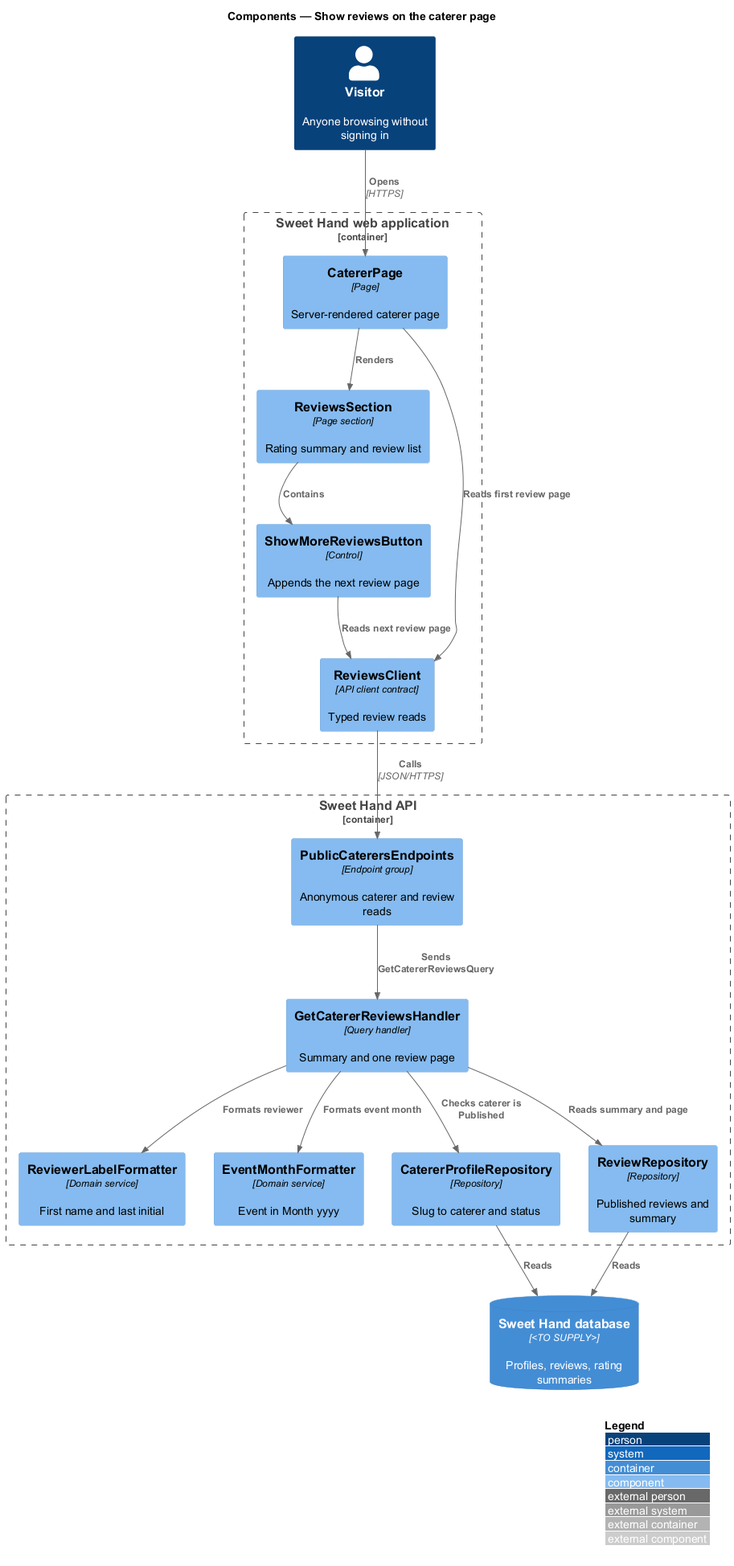
This is docs/detailed-designs/reviews/show-reviews/diagrams/c4-component.png from QuinntyneBrown/sweet-hand, a PlantUML export, as it was before one commit.
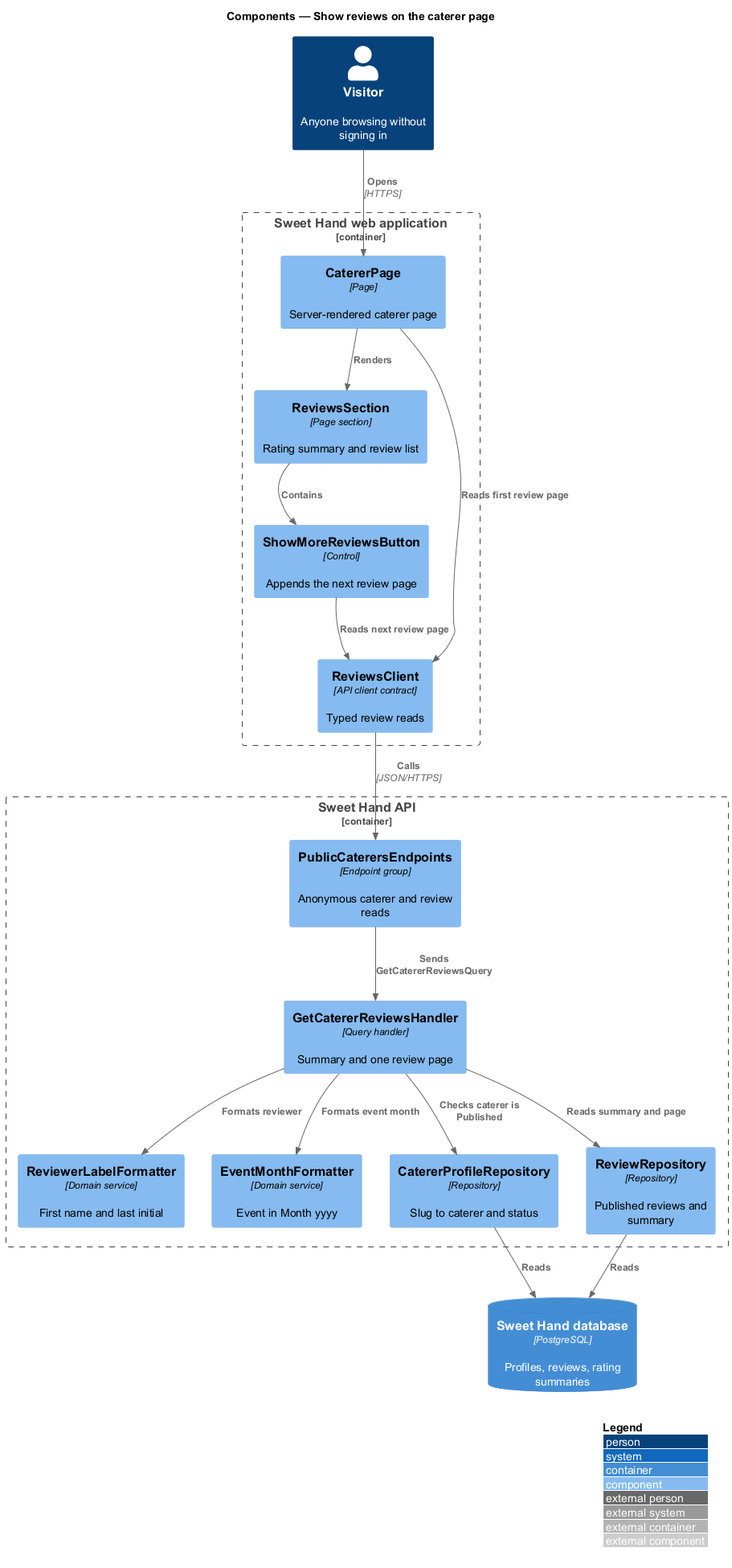
Above is the later version.

What changed in the source:
```diff
@@ -20,7 +20,7 @@
   Component(profRepo, "CatererProfileRepository", "Repository", "Slug to caterer and status")
   Component(revRepo, "ReviewRepository", "Repository", "Published reviews and summary")
 }
-ContainerDb(db, "Sweet Hand database", "<TO SUPPLY>", "Profiles, reviews, rating summaries")
+ContainerDb(db, "Sweet Hand database", "PostgreSQL", "Profiles, reviews, rating summaries")
 
 Rel(visitor, page, "Opens", "HTTPS")
 Rel(page, section, "Renders")
```
